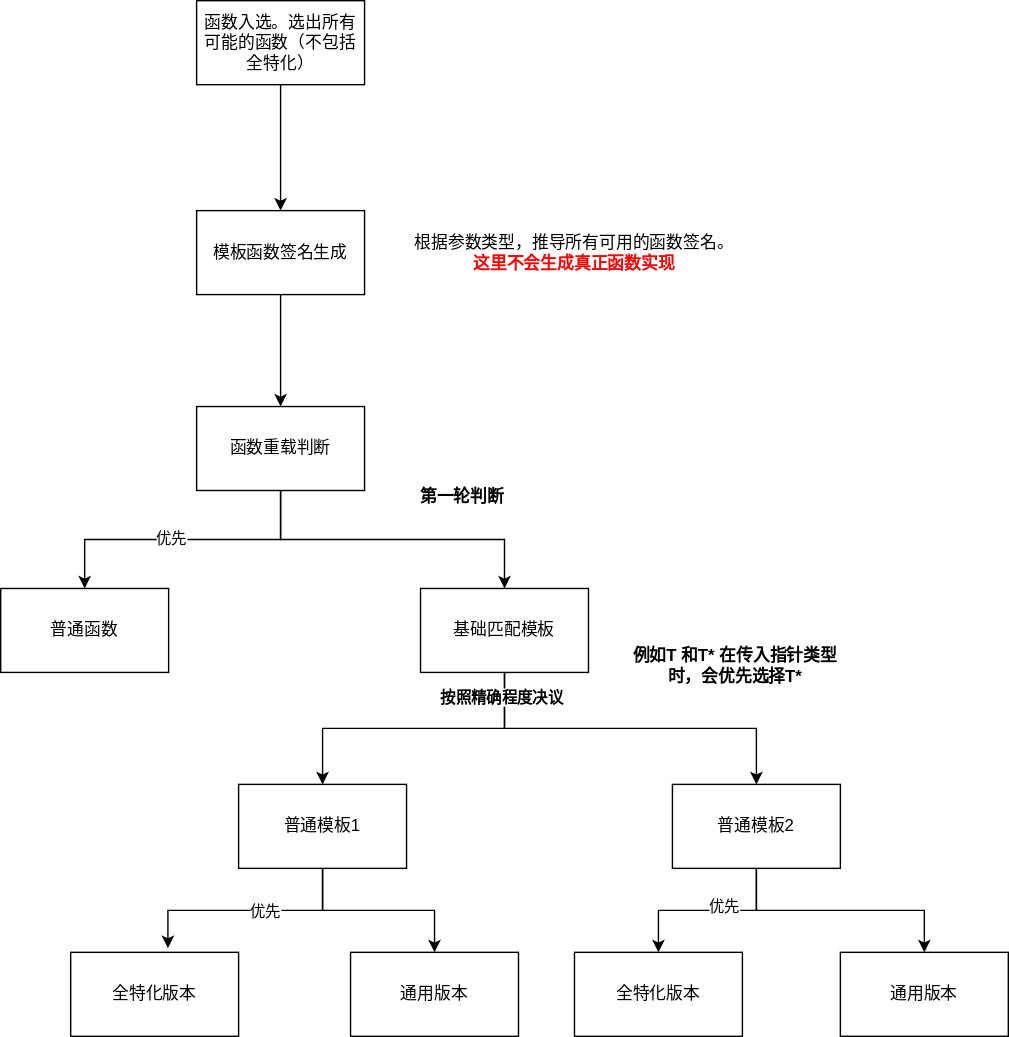
Earlier version of the draw.io export assets/io-模板函数重载决策.drawio.svg (spicyhot11/interview-preparation). Source tidied: cells renumbered, new cells last; positions are measured from the earlier drawing's top-left corner, leaving out a move shared by most shapes.
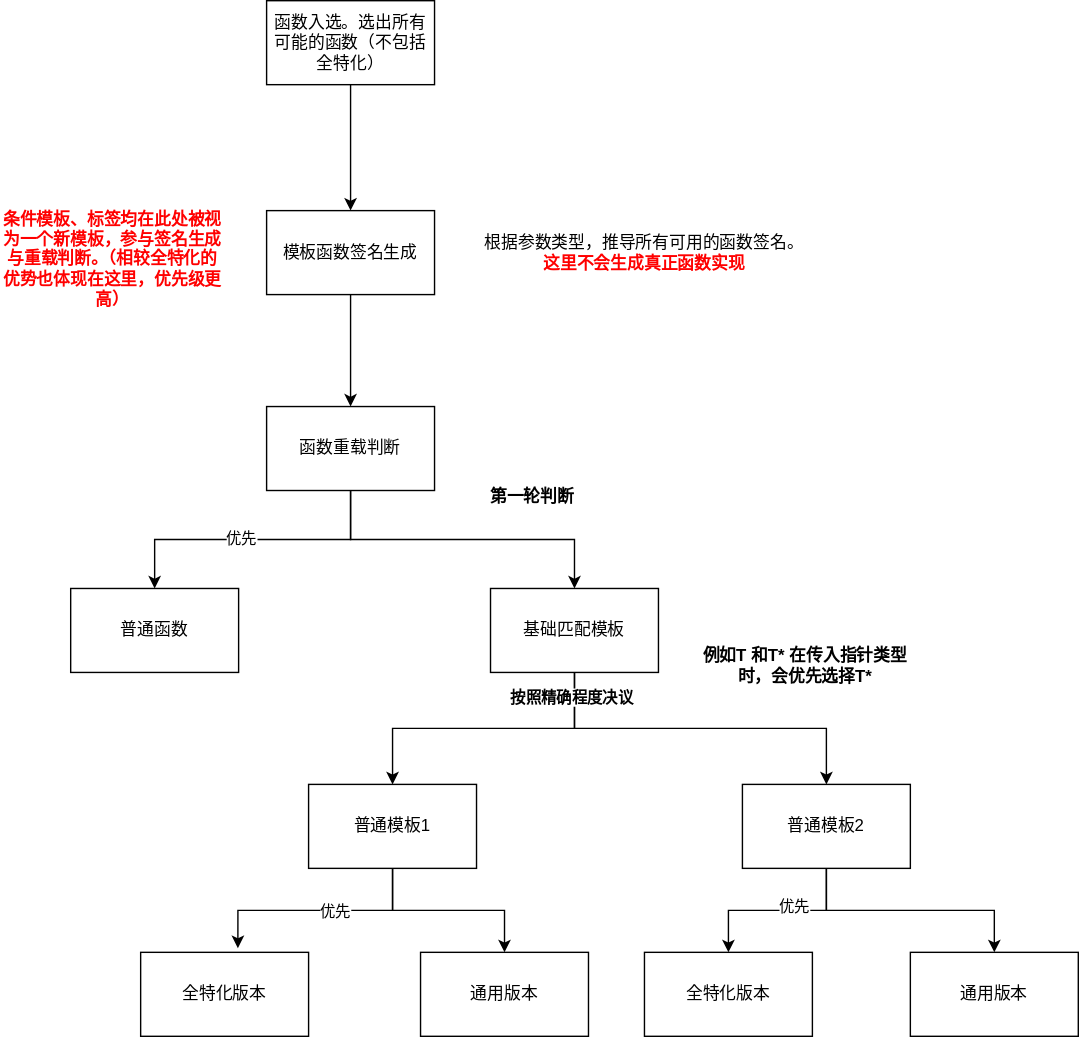
The same file after the commit.

The edit, as a diff of the source:
```diff
@@ -86,5 +86,8 @@
     <mxCell id="29" value="通用版本" style="rounded=0;whiteSpace=wrap;html=1;" parent="1" vertex="1">
       <mxGeometry x="600" y="680" width="120" height="60" as="geometry" />
     </mxCell>
+    <mxCell id="30" value="条件模板、标签均在此处被视为一个新模板，参与签名生成与重载判断。（相较全特化的优势也体现在这里，优先级更高）" style="text;html=1;whiteSpace=wrap;strokeColor=none;fillColor=none;align=center;verticalAlign=middle;rounded=0;fontStyle=1;fontColor=#FF0000;" parent="1" vertex="1">
+      <mxGeometry x="-50" y="140" width="160" height="90" as="geometry" />
+    </mxCell>
   </root>
 </mxGraphModel>
```
